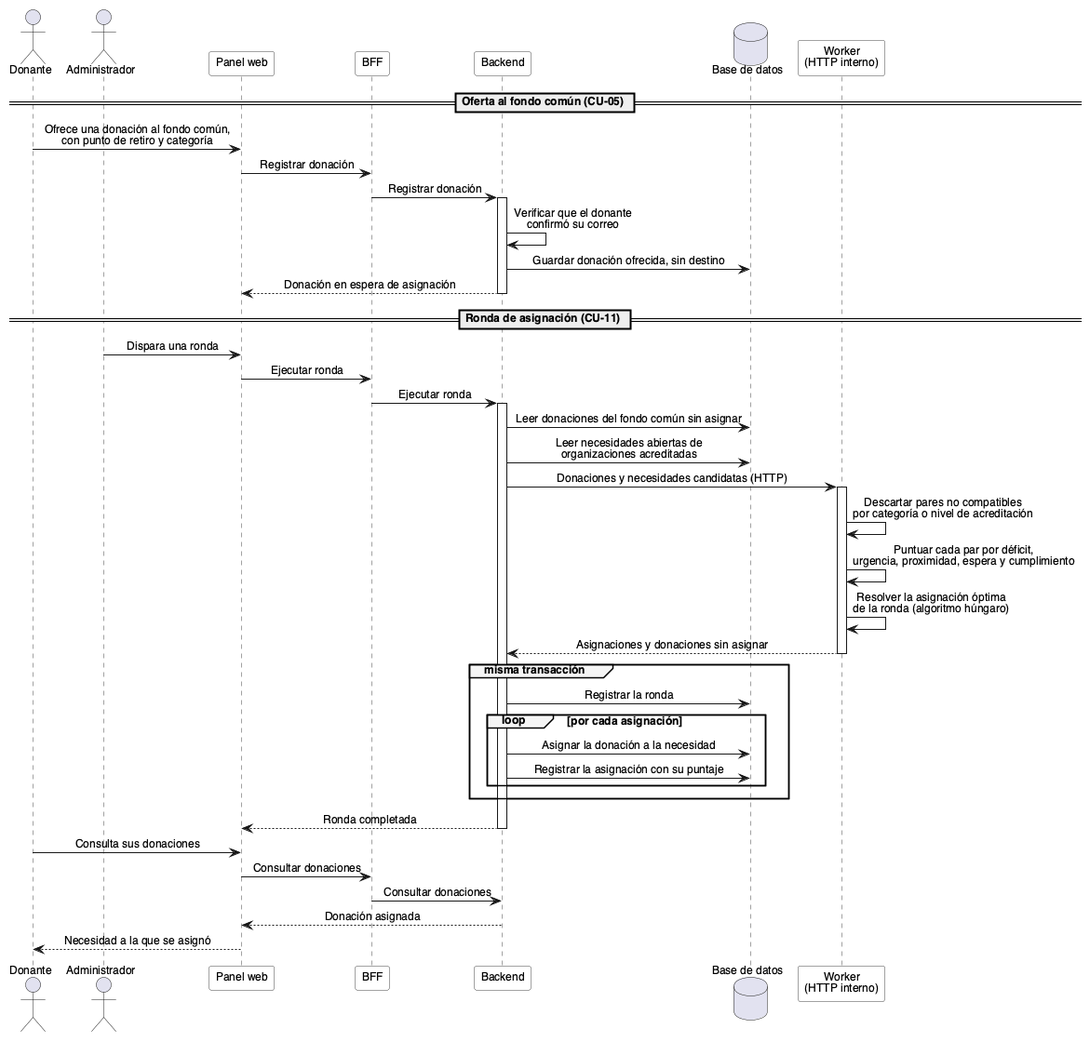
S21-Projects/hornero_monorepo keeps this PlantUML diagram as docs/tesis/diagramas/secuencia/donacion-fondo-comun.png. Above is the earlier version.
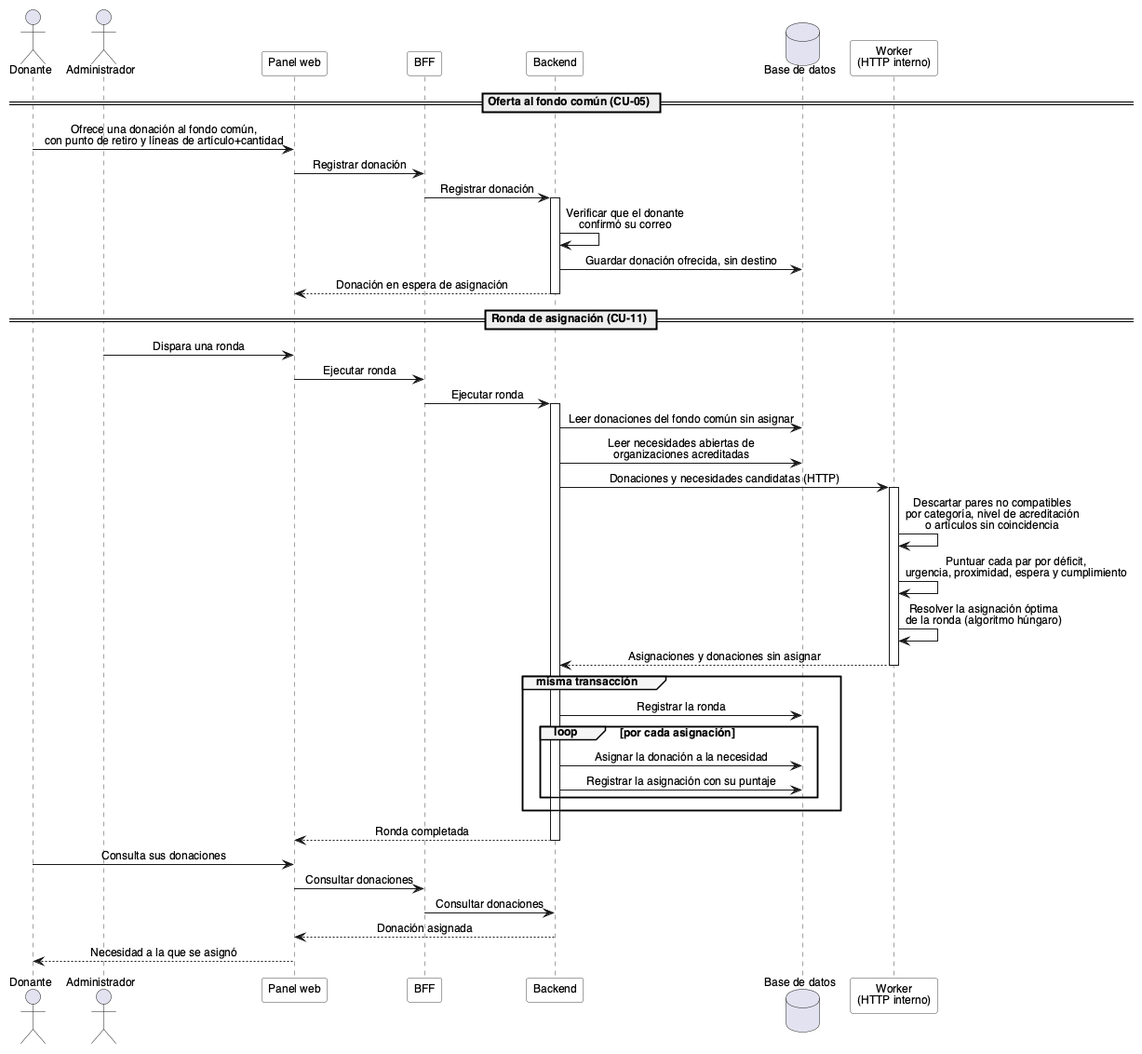
After the change.

The edit, as a diff of the source:
```diff
@@ -11,7 +11,7 @@
 
 == Oferta al fondo común (CU-05) ==
 
-Donante -> Web : Ofrece una donación al fondo común,\ncon punto de retiro y categoría
+Donante -> Web : Ofrece una donación al fondo común,\ncon punto de retiro y líneas de artículo+cantidad
 Web -> BFF : Registrar donación
 BFF -> Back : Registrar donación
 activate Back
@@ -30,7 +30,7 @@
 Back -> DB : Leer necesidades abiertas de\norganizaciones acreditadas
 Back -> Worker : Donaciones y necesidades candidatas (HTTP)
 activate Worker
-Worker -> Worker : Descartar pares no compatibles\npor categoría o nivel de acreditación
+Worker -> Worker : Descartar pares no compatibles\npor categoría, nivel de acreditación\no artículos sin coincidencia
 Worker -> Worker : Puntuar cada par por déficit,\nurgencia, proximidad, espera y cumplimiento
 Worker -> Worker : Resolver la asignación óptima\nde la ronda (algoritmo húngaro)
 Worker --> Back : Asignaciones y donaciones sin asignar
```
